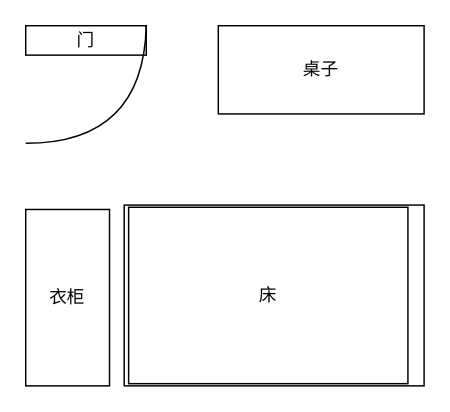
Above: 未命名绘图.drawio in harvey-Yin/diagrams (draw.io), before the change. Source tidied: cells renumbered, new cells numbered last; positions are measured from the earlier drawing's top-left corner, leaving out a move shared by most shapes. Both pictures are drawn from the tidied source at 147%, with x=0, y=0 at pixel (25, 25).
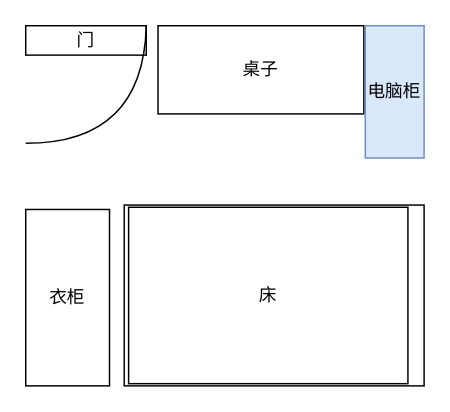
After the change.

Commit message (it also covers changes not shown here):
更新未命名绘图.drawio

Change to the diagram source:
```diff
@@
 <mxGraphModel background="#FFFFFF">
   <root>
     <mxCell id="0" />
     <mxCell id="1" parent="0" />
     <mxCell id="2" style="group;" parent="1" vertex="1">
       <mxGeometry x="67" y="122" width="204" height="123" as="geometry" />
     </mxCell>
     <mxCell id="3" value="床" style="whiteSpace=wrap;html=1;direction=south;" parent="2" vertex="1">
       <mxGeometry width="204" height="123" as="geometry" />
     </mxCell>
     <mxCell id="4" value="床" style="rounded=0;whiteSpace=wrap;html=1;" parent="2" vertex="1">
       <mxGeometry x="3" y="1.5" width="190" height="120" as="geometry" />
     </mxCell>
     <mxCell id="5" value="门" style="rounded=0;whiteSpace=wrap;html=1;" parent="1" vertex="1">
       <mxGeometry width="82" height="20" as="geometry" />
     </mxCell>
     <mxCell id="6" value="桌子" style="rounded=0;whiteSpace=wrap;html=1;labelBorderColor=none;glass=0;shadow=0;horizontal=1;verticalAlign=middle;textShadow=0;labelBackgroundColor=none;" parent="1" vertex="1">
-      <mxGeometry x="131" width="140" height="60" as="geometry" />
+      <mxGeometry x="90" width="140" height="60" as="geometry" />
     </mxCell>
     <mxCell id="7" value="衣柜" style="rounded=0;whiteSpace=wrap;html=1;direction=south;" parent="1" vertex="1">
       <mxGeometry y="125" width="57" height="120" as="geometry" />
     </mxCell>
     <mxCell id="8" style="curved=1;endArrow=none;html=1;rounded=0;strokeColor=default;endFill=0;" parent="1" edge="1">
       <mxGeometry relative="1" as="geometry">
         <mxPoint x="82" as="sourcePoint" />
         <mxPoint y="80" as="targetPoint" />
         <Array as="points">
           <mxPoint x="80" y="80" />
         </Array>
       </mxGeometry>
     </mxCell>
+    <mxCell id="9" value="电脑柜" style="rounded=0;whiteSpace=wrap;html=1;fillColor=#dae8fc;strokeColor=#6c8ebf;" parent="1" vertex="1">
+      <mxGeometry x="231" width="40" height="90" as="geometry" />
+    </mxCell>
   </root>
 </mxGraphModel>
```
